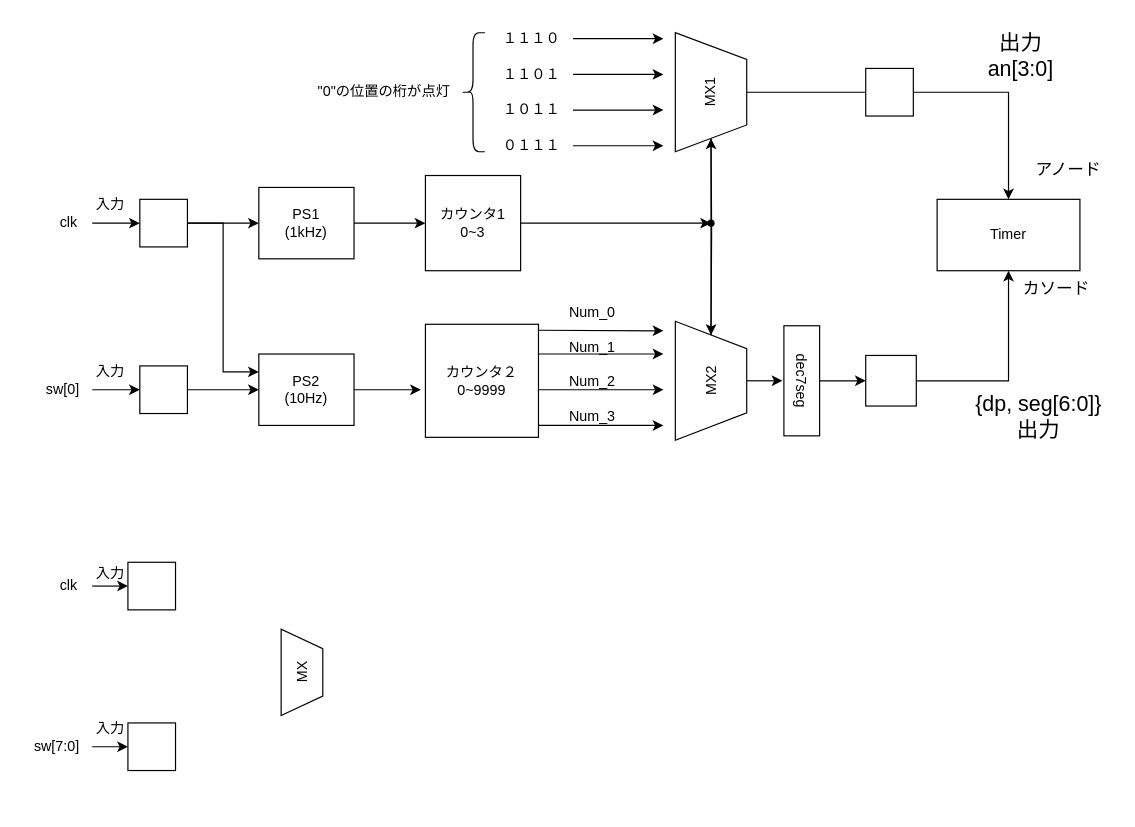
kami5kaze/-kotani keeps this draw.io diagram as thame4.drawio. Above is the earlier version. Source tidied: cells renumbered, new cells numbered last; positions are measured from the earlier drawing's top-left corner, leaving out a move shared by most shapes. Both pictures are drawn from the tidied source at 119%, with x=0, y=0 at pixel (20, 20).
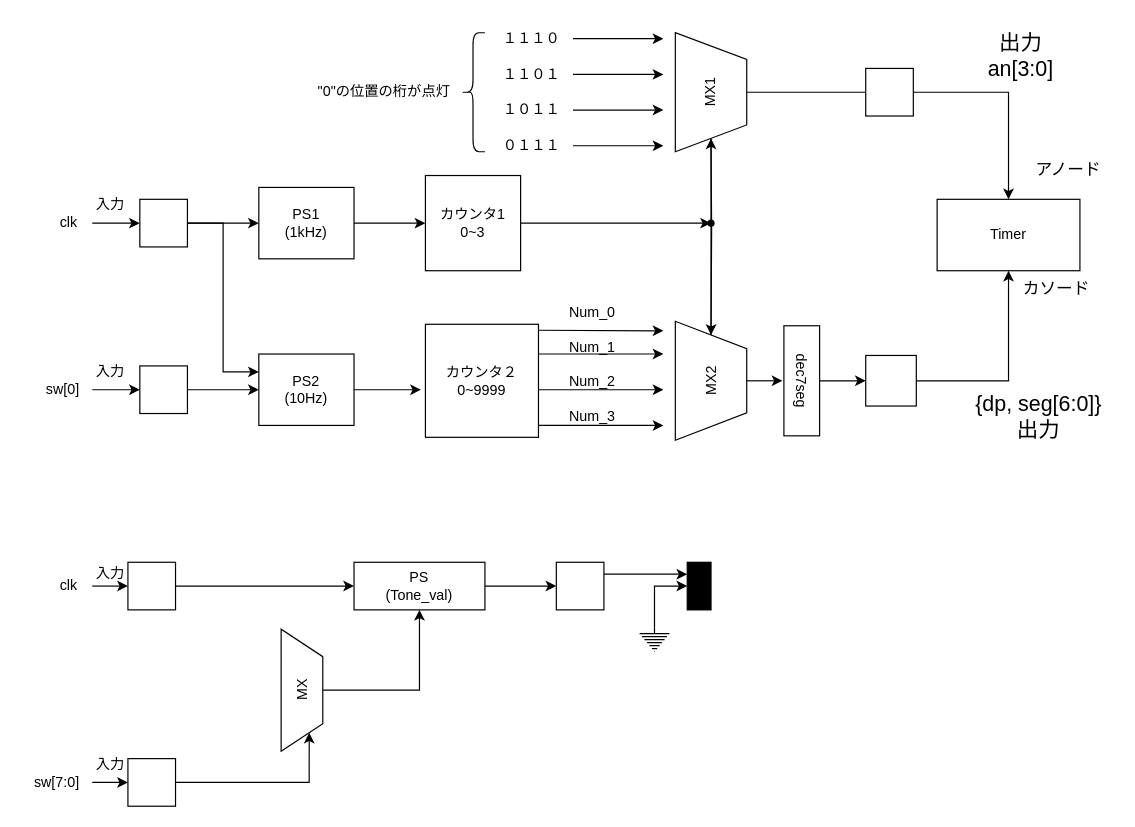
Above is the later version.

Commit message (it also covers changes not shown here):
thame4.drawio を更新します

The change refers to these unchanged cells:
```xml
<mxCell id="59" style="whiteSpace=wrap;html=1;" parent="1" vertex="1">
  <mxGeometry x="90" y="455" width="40" height="40" as="geometry" />
</mxCell>
```

The edit, as a diff of the source:
```diff
@@
+    <mxCell id="65" style="edgeStyle=orthogonalEdgeStyle;rounded=0;jettySize=auto;html=1;entryX=0;entryY=0.5;entryDx=0;entryDy=0;" parent="1" edge="1" source="59" target="69">
+      <mxGeometry relative="1" as="geometry" />
+    </mxCell>
@@
+    <mxCell id="66" style="edgeStyle=orthogonalEdgeStyle;rounded=0;jettySize=auto;html=1;entryX=0;entryY=0.75;entryDx=0;entryDy=0;" parent="1" edge="1" source="60" target="64">
+      <mxGeometry relative="1" as="geometry" />
+    </mxCell>
     <mxCell id="60" style="whiteSpace=wrap;html=1;" parent="1" vertex="1">
-      <mxGeometry x="90" y="590" width="40" height="40" as="geometry" />
+      <mxGeometry x="90" y="620" width="40" height="40" as="geometry" />
     </mxCell>
@@
     <mxCell id="62" value="sw[7:0]" style="text;html=1;align=center;verticalAlign=middle;points=[];strokeColor=none;fillColor=none;" parent="1" vertex="1">
-      <mxGeometry y="595" width="60" height="30" as="geometry" />
+      <mxGeometry y="625" width="60" height="30" as="geometry" />
     </mxCell>
     <mxCell id="63" value="入力" style="text;html=1;align=center;verticalAlign=middle;strokeColor=none;fillColor=none;" parent="1" vertex="1">
-      <mxGeometry x="50" y="580" width="50" height="30" as="geometry" />
+      <mxGeometry x="50" y="610" width="50" height="30" as="geometry" />
     </mxCell>
+    <mxCell id="67" style="edgeStyle=orthogonalEdgeStyle;rounded=0;jettySize=auto;html=1;entryX=0.5;entryY=1;entryDx=0;entryDy=0;" parent="1" edge="1" source="64" target="69">
+      <mxGeometry relative="1" as="geometry" />
+    </mxCell>
     <mxCell id="64" value="MX" style="verticalLabelPosition=middle;verticalAlign=middle;html=1;shape=trapezoid;perimeter=trapezoidPerimeter;whiteSpace=wrap;size=0.22499999999999998;arcSize=10;flipV=1;labelPosition=center;align=center;rotation=-90;" parent="1" vertex="1">
-      <mxGeometry x="200" y="530" width="72.5" height="35" as="geometry" />
+      <mxGeometry x="185" y="545" width="102.5" height="35" as="geometry" />
     </mxCell>
+    <mxCell id="68" style="edgeStyle=orthogonalEdgeStyle;rounded=0;jettySize=auto;html=1;entryX=0;entryY=0.5;entryDx=0;entryDy=0;" parent="1" edge="1" source="69" target="71">
+      <mxGeometry relative="1" as="geometry" />
+    </mxCell>
+    <mxCell id="69" value="PS&lt;br&gt;(Tone_val)" style="whiteSpace=wrap;html=1;" parent="1" vertex="1">
+      <mxGeometry x="280" y="455" width="110" height="40" as="geometry" />
+    </mxCell>
+    <mxCell id="70" style="edgeStyle=orthogonalEdgeStyle;rounded=0;jettySize=auto;html=1;exitX=1;exitY=0.25;exitDx=0;exitDy=0;entryX=0.25;entryY=1;entryDx=0;entryDy=0;" parent="1" edge="1" source="71" target="72">
+      <mxGeometry relative="1" as="geometry" />
+    </mxCell>
+    <mxCell id="71" style="whiteSpace=wrap;html=1;" parent="1" vertex="1">
+      <mxGeometry x="450" y="455" width="40" height="40" as="geometry" />
+    </mxCell>
+    <mxCell id="72" style="whiteSpace=wrap;html=1;rotation=90;fillColor=#000000;" parent="1" vertex="1">
+      <mxGeometry x="550" y="465" width="40" height="20" as="geometry" />
+    </mxCell>
+    <mxCell id="73" style="edgeStyle=orthogonalEdgeStyle;rounded=0;jettySize=auto;html=1;exitX=0.5;exitY=0;exitDx=0;exitDy=0;exitPerimeter=0;entryX=0.5;entryY=1;entryDx=0;entryDy=0;" parent="1" edge="1" source="74" target="72">
+      <mxGeometry relative="1" as="geometry" />
+    </mxCell>
+    <mxCell id="74" style="verticalLabelPosition=bottom;shadow=0;dashed=0;align=center;html=1;verticalAlign=top;shape=mxgraph.electrical.signal_sources.protective_earth;" parent="1" vertex="1">
+      <mxGeometry x="520" y="510" width="25" height="20" as="geometry" />
+    </mxCell>
```
